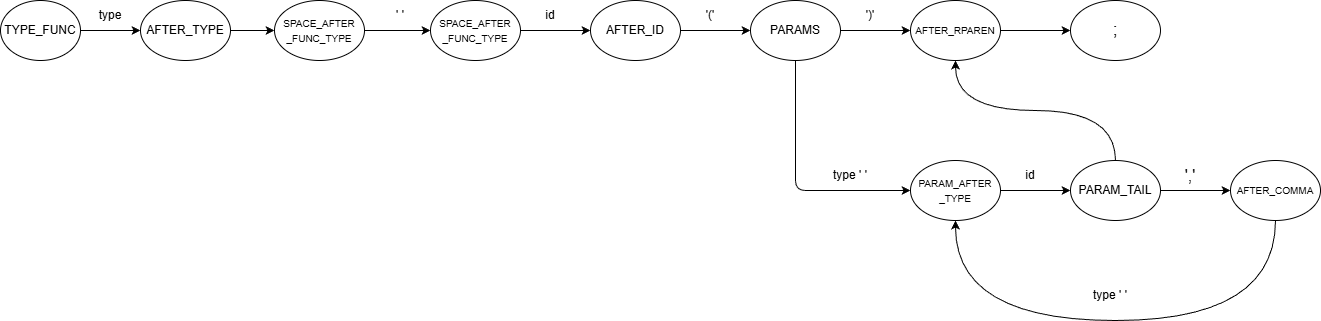
Before: resources/src_for_readme/lab3/Graf_Automatic.png, a diagram exported from draw.io (Ko4erizhkas/CompileUI). Source tidied: cells renumbered, new cells last; positions are measured from the earlier drawing's top-left corner, leaving out a move shared by most shapes. Its diagram source:
```xml
<mxGraphModel>
  <root>
    <mxCell id="0" />
    <mxCell id="1" parent="0" />
    <mxCell id="2" style="edgeStyle=orthogonalEdgeStyle;rounded=0;jettySize=auto;html=1;exitX=1;exitY=0.5;exitDx=0;exitDy=0;entryX=0;entryY=0.5;entryDx=0;entryDy=0;" parent="1" edge="1" source="3" target="5">
      <mxGeometry relative="1" as="geometry" />
    </mxCell>
    <mxCell id="3" value="TYPE_&lt;span style=&quot;background-color: transparent; color: light-dark(rgb(0, 0, 0), rgb(255, 255, 255));&quot;&gt;FUNC&lt;/span&gt;" style="ellipse;whiteSpace=wrap;html=1;" parent="1" vertex="1">
      <mxGeometry width="80" height="60" as="geometry" />
    </mxCell>
    <mxCell id="4" style="edgeStyle=orthogonalEdgeStyle;rounded=0;jettySize=auto;html=1;exitX=1;exitY=0.5;exitDx=0;exitDy=0;entryX=0;entryY=0.5;entryDx=0;entryDy=0;" parent="1" edge="1" source="5" target="8">
      <mxGeometry relative="1" as="geometry" />
    </mxCell>
    <mxCell id="5" value="AFTER_TYPE" style="ellipse;whiteSpace=wrap;html=1;" parent="1" vertex="1">
      <mxGeometry x="140" width="90" height="60" as="geometry" />
    </mxCell>
    <mxCell id="6" value="type" style="text;html=1;whiteSpace=wrap;strokeColor=none;fillColor=none;align=center;verticalAlign=middle;rounded=0;" parent="1" vertex="1">
      <mxGeometry x="80" width="60" height="30" as="geometry" />
    </mxCell>
    <mxCell id="7" style="edgeStyle=orthogonalEdgeStyle;rounded=0;jettySize=auto;html=1;exitX=1;exitY=0.5;exitDx=0;exitDy=0;entryX=0;entryY=0.5;entryDx=0;entryDy=0;" parent="1" edge="1" source="8" target="10">
      <mxGeometry relative="1" as="geometry" />
    </mxCell>
    <mxCell id="8" value="&lt;div&gt;&lt;font style=&quot;font-size: 10px;&quot;&gt;&lt;br&gt;&lt;/font&gt;&lt;/div&gt;&lt;font style=&quot;font-size: 10px;&quot;&gt;SPACE_AFTER&lt;/font&gt;&lt;div&gt;&lt;font style=&quot;font-size: 10px;&quot;&gt;_FUNC_TYPE&lt;/font&gt;&lt;div&gt;&lt;br&gt;&lt;/div&gt;&lt;/div&gt;" style="ellipse;whiteSpace=wrap;html=1;align=center;" parent="1" vertex="1">
      <mxGeometry x="274" width="90" height="60" as="geometry" />
    </mxCell>
    <mxCell id="9" style="edgeStyle=orthogonalEdgeStyle;rounded=0;jettySize=auto;html=1;exitX=1;exitY=0.5;exitDx=0;exitDy=0;entryX=0;entryY=0.5;entryDx=0;entryDy=0;" parent="1" edge="1" source="10" target="13">
      <mxGeometry relative="1" as="geometry" />
    </mxCell>
    <mxCell id="10" value="&lt;div&gt;&lt;font style=&quot;font-size: 10px;&quot;&gt;&lt;br&gt;&lt;/font&gt;&lt;/div&gt;&lt;font style=&quot;font-size: 10px;&quot;&gt;SPACE_AFTER&lt;/font&gt;&lt;div&gt;&lt;font style=&quot;font-size: 10px;&quot;&gt;_FUNC_TYPE&lt;/font&gt;&lt;div&gt;&lt;br&gt;&lt;/div&gt;&lt;/div&gt;" style="ellipse;whiteSpace=wrap;html=1;align=center;" parent="1" vertex="1">
      <mxGeometry x="430" width="90" height="60" as="geometry" />
    </mxCell>
    <mxCell id="11" value="' '" style="text;html=1;whiteSpace=wrap;strokeColor=none;fillColor=none;align=center;verticalAlign=middle;rounded=0;" parent="1" vertex="1">
      <mxGeometry x="370" width="60" height="30" as="geometry" />
    </mxCell>
    <mxCell id="12" style="edgeStyle=orthogonalEdgeStyle;rounded=0;jettySize=auto;html=1;exitX=1;exitY=0.5;exitDx=0;exitDy=0;entryX=0;entryY=0.5;entryDx=0;entryDy=0;" parent="1" edge="1" source="13" target="17">
      <mxGeometry relative="1" as="geometry" />
    </mxCell>
    <mxCell id="13" value="AFTER_ID" style="ellipse;whiteSpace=wrap;html=1;align=center;" parent="1" vertex="1">
      <mxGeometry x="590" width="90" height="60" as="geometry" />
    </mxCell>
    <mxCell id="14" value="id" style="text;html=1;whiteSpace=wrap;strokeColor=none;fillColor=none;align=center;verticalAlign=middle;rounded=0;" parent="1" vertex="1">
      <mxGeometry x="520" width="60" height="30" as="geometry" />
    </mxCell>
    <mxCell id="15" style="edgeStyle=orthogonalEdgeStyle;rounded=0;jettySize=auto;html=1;exitX=1;exitY=0.5;exitDx=0;exitDy=0;entryX=0;entryY=0.5;entryDx=0;entryDy=0;" parent="1" edge="1" source="17" target="20">
      <mxGeometry relative="1" as="geometry" />
    </mxCell>
    <mxCell id="16" style="edgeStyle=orthogonalEdgeStyle;rounded=1;jettySize=auto;html=1;exitX=0.5;exitY=1;exitDx=0;exitDy=0;entryX=0;entryY=0.5;entryDx=0;entryDy=0;curved=0;" parent="1" edge="1" source="17" target="24">
      <mxGeometry relative="1" as="geometry" />
    </mxCell>
    <mxCell id="17" value="PARAMS" style="ellipse;whiteSpace=wrap;html=1;align=center;" parent="1" vertex="1">
      <mxGeometry x="750" width="90" height="60" as="geometry" />
    </mxCell>
    <mxCell id="18" value="'('" style="text;html=1;whiteSpace=wrap;strokeColor=none;fillColor=none;align=center;verticalAlign=middle;rounded=0;" parent="1" vertex="1">
      <mxGeometry x="680" width="60" height="30" as="geometry" />
    </mxCell>
    <mxCell id="19" style="edgeStyle=orthogonalEdgeStyle;rounded=0;jettySize=auto;html=1;exitX=1;exitY=0.5;exitDx=0;exitDy=0;entryX=0;entryY=0.5;entryDx=0;entryDy=0;" parent="1" edge="1" source="20" target="22">
      <mxGeometry relative="1" as="geometry" />
    </mxCell>
    <mxCell id="20" value="&lt;font style=&quot;font-size: 10px;&quot;&gt;AFTER_RPAREN&lt;/font&gt;" style="ellipse;whiteSpace=wrap;html=1;align=center;" parent="1" vertex="1">
      <mxGeometry x="910" width="90" height="60" as="geometry" />
    </mxCell>
    <mxCell id="21" value="')'" style="text;html=1;whiteSpace=wrap;strokeColor=none;fillColor=none;align=center;verticalAlign=middle;rounded=0;" parent="1" vertex="1">
      <mxGeometry x="840" width="60" height="30" as="geometry" />
    </mxCell>
    <mxCell id="22" value="&lt;font style=&quot;font-size: 17px;&quot;&gt;;&lt;/font&gt;" style="ellipse;whiteSpace=wrap;html=1;align=center;" parent="1" vertex="1">
      <mxGeometry x="1070" width="90" height="60" as="geometry" />
    </mxCell>
    <mxCell id="23" style="edgeStyle=orthogonalEdgeStyle;rounded=0;jettySize=auto;html=1;exitX=1;exitY=0.5;exitDx=0;exitDy=0;entryX=0;entryY=0.5;entryDx=0;entryDy=0;" parent="1" edge="1" source="24" target="28">
      <mxGeometry relative="1" as="geometry" />
    </mxCell>
    <mxCell id="24" value="&lt;font style=&quot;font-size: 10px;&quot;&gt;PARAM_AFTER&lt;/font&gt;&lt;div&gt;&lt;font style=&quot;font-size: 10px;&quot;&gt;_TYPE&lt;/font&gt;&lt;/div&gt;" style="ellipse;whiteSpace=wrap;html=1;align=center;" parent="1" vertex="1">
      <mxGeometry x="910" y="160" width="90" height="60" as="geometry" />
    </mxCell>
    <mxCell id="25" value="type ' '" style="text;html=1;whiteSpace=wrap;strokeColor=none;fillColor=none;align=center;verticalAlign=middle;rounded=0;" parent="1" vertex="1">
      <mxGeometry x="820" y="160" width="60" height="30" as="geometry" />
    </mxCell>
    <mxCell id="26" style="edgeStyle=orthogonalEdgeStyle;rounded=0;jettySize=auto;html=1;exitX=1;exitY=0.5;exitDx=0;exitDy=0;" parent="1" edge="1" source="28" target="31">
      <mxGeometry relative="1" as="geometry" />
    </mxCell>
    <mxCell id="27" style="edgeStyle=orthogonalEdgeStyle;rounded=0;jettySize=auto;html=1;exitX=0.5;exitY=0;exitDx=0;exitDy=0;entryX=0.5;entryY=1;entryDx=0;entryDy=0;curved=1;" parent="1" edge="1" source="28" target="20">
      <mxGeometry relative="1" as="geometry" />
    </mxCell>
    <mxCell id="28" value="PARAM_TAIL" style="ellipse;whiteSpace=wrap;html=1;align=center;" parent="1" vertex="1">
      <mxGeometry x="1070" y="160" width="90" height="60" as="geometry" />
    </mxCell>
    <mxCell id="29" value="id" style="text;html=1;whiteSpace=wrap;strokeColor=none;fillColor=none;align=center;verticalAlign=middle;rounded=0;" parent="1" vertex="1">
      <mxGeometry x="1000" y="160" width="60" height="30" as="geometry" />
    </mxCell>
    <mxCell id="30" style="edgeStyle=orthogonalEdgeStyle;rounded=0;jettySize=auto;html=1;exitX=0.5;exitY=1;exitDx=0;exitDy=0;entryX=0.5;entryY=1;entryDx=0;entryDy=0;curved=1;" parent="1" edge="1" source="31" target="24">
      <mxGeometry relative="1" as="geometry">
        <Array as="points">
          <mxPoint x="1275" y="320" />
          <mxPoint x="955" y="320" />
        </Array>
      </mxGeometry>
    </mxCell>
    <mxCell id="31" value="&lt;font style=&quot;font-size: 10px;&quot;&gt;AFTER_COMMA&lt;/font&gt;" style="ellipse;whiteSpace=wrap;html=1;align=center;" parent="1" vertex="1">
      <mxGeometry x="1230" y="160" width="90" height="60" as="geometry" />
    </mxCell>
    <mxCell id="32" value="&lt;font style=&quot;font-size: 16px;&quot;&gt;','&lt;/font&gt;" style="text;html=1;whiteSpace=wrap;strokeColor=none;fillColor=none;align=center;verticalAlign=middle;rounded=0;" parent="1" vertex="1">
      <mxGeometry x="1160" y="160" width="60" height="30" as="geometry" />
    </mxCell>
    <mxCell id="33" value="type ' '" style="text;html=1;whiteSpace=wrap;strokeColor=none;fillColor=none;align=center;verticalAlign=middle;rounded=0;" parent="1" vertex="1">
      <mxGeometry x="1080" y="280" width="60" height="30" as="geometry" />
    </mxCell>
  </root>
</mxGraphModel>
```
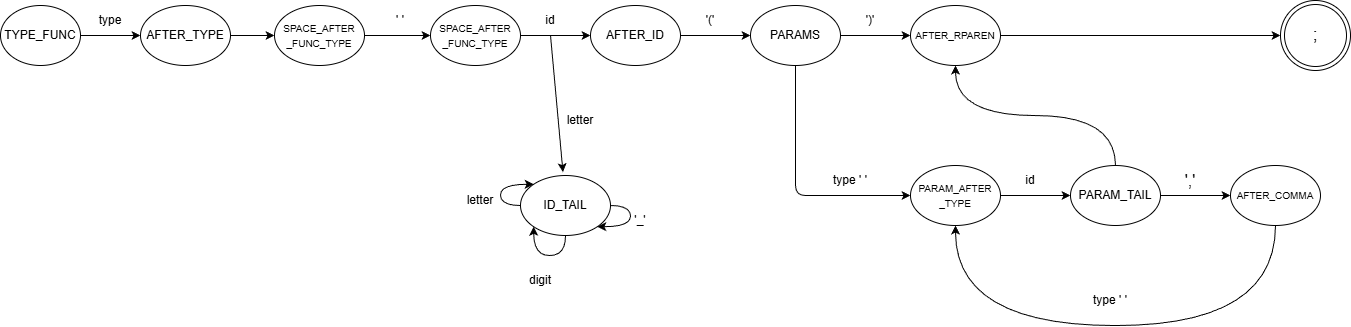
Later version of the same file.

Diff of the diagram source:
```diff
@@ -62,9 +62,6 @@
     <mxCell id="21" value="')'" style="text;html=1;whiteSpace=wrap;strokeColor=none;fillColor=none;align=center;verticalAlign=middle;rounded=0;" parent="1" vertex="1">
       <mxGeometry x="840" width="60" height="30" as="geometry" />
     </mxCell>
-    <mxCell id="22" value="&lt;font style=&quot;font-size: 17px;&quot;&gt;;&lt;/font&gt;" style="ellipse;whiteSpace=wrap;html=1;align=center;" parent="1" vertex="1">
-      <mxGeometry x="1070" width="90" height="60" as="geometry" />
-    </mxCell>
     <mxCell id="23" style="edgeStyle=orthogonalEdgeStyle;rounded=0;jettySize=auto;html=1;exitX=1;exitY=0.5;exitDx=0;exitDy=0;entryX=0;entryY=0.5;entryDx=0;entryDy=0;" parent="1" edge="1" source="24" target="28">
       <mxGeometry relative="1" as="geometry" />
     </mxCell>
@@ -103,5 +100,50 @@
     <mxCell id="33" value="type ' '" style="text;html=1;whiteSpace=wrap;strokeColor=none;fillColor=none;align=center;verticalAlign=middle;rounded=0;" parent="1" vertex="1">
       <mxGeometry x="1080" y="280" width="60" height="30" as="geometry" />
     </mxCell>
+    <mxCell id="22" value="&lt;font style=&quot;font-size: 17px;&quot;&gt;;&lt;/font&gt;" style="ellipse;shape=doubleEllipse;whiteSpace=wrap;html=1;" parent="1" vertex="1">
+      <mxGeometry x="1280" y="-5" width="70" height="70" as="geometry" />
+    </mxCell>
+    <mxCell id="34" value="&lt;div&gt;ID_TAIL&lt;/div&gt;" style="ellipse;whiteSpace=wrap;html=1;align=center;" parent="1" vertex="1">
+      <mxGeometry x="520" y="170" width="90" height="60" as="geometry" />
+    </mxCell>
+    <mxCell id="35" style="endArrow=classic;html=1;rounded=0;exitX=0.5;exitY=1;exitDx=0;exitDy=0;entryX=0.472;entryY=-0.056;entryDx=0;entryDy=0;entryPerimeter=0;" parent="1" edge="1" source="14" target="34">
+      <mxGeometry relative="1" as="geometry" />
+    </mxCell>
+    <mxCell id="36" value="letter" style="text;html=1;whiteSpace=wrap;strokeColor=none;fillColor=none;align=center;verticalAlign=middle;rounded=0;" parent="1" vertex="1">
+      <mxGeometry x="550" y="100" width="60" height="30" as="geometry" />
+    </mxCell>
+    <mxCell id="37" style="edgeStyle=orthogonalEdgeStyle;rounded=0;orthogonalLoop=1;jettySize=auto;html=1;exitX=1;exitY=0.5;exitDx=0;exitDy=0;entryX=1;entryY=1;entryDx=0;entryDy=0;curved=1;" parent="1" edge="1" source="34" target="34">
+      <mxGeometry relative="1" as="geometry">
+        <Array as="points">
+          <mxPoint x="630" y="200" />
+          <mxPoint x="630" y="221" />
+        </Array>
+      </mxGeometry>
+    </mxCell>
+    <mxCell id="38" style="edgeStyle=orthogonalEdgeStyle;rounded=0;orthogonalLoop=1;jettySize=auto;html=1;exitX=0.5;exitY=1;exitDx=0;exitDy=0;entryX=0;entryY=1;entryDx=0;entryDy=0;curved=1;" parent="1" edge="1" source="34" target="34">
+      <mxGeometry relative="1" as="geometry">
+        <Array as="points">
+          <mxPoint x="565" y="250" />
+          <mxPoint x="533" y="250" />
+        </Array>
+      </mxGeometry>
+    </mxCell>
+    <mxCell id="39" style="edgeStyle=orthogonalEdgeStyle;rounded=0;orthogonalLoop=1;jettySize=auto;html=1;exitX=0;exitY=0.5;exitDx=0;exitDy=0;entryX=0;entryY=0;entryDx=0;entryDy=0;curved=1;" parent="1" edge="1" source="34" target="34">
+      <mxGeometry relative="1" as="geometry">
+        <Array as="points">
+          <mxPoint x="500" y="200" />
+          <mxPoint x="500" y="179" />
+        </Array>
+      </mxGeometry>
+    </mxCell>
+    <mxCell id="40" value="letter" style="text;html=1;whiteSpace=wrap;strokeColor=none;fillColor=none;align=center;verticalAlign=middle;rounded=0;" parent="1" vertex="1">
+      <mxGeometry x="450" y="180" width="60" height="30" as="geometry" />
+    </mxCell>
+    <mxCell id="41" value="digit" style="text;html=1;whiteSpace=wrap;strokeColor=none;fillColor=none;align=center;verticalAlign=middle;rounded=0;" parent="1" vertex="1">
+      <mxGeometry x="510" y="260" width="60" height="30" as="geometry" />
+    </mxCell>
+    <mxCell id="42" value="'_'" style="text;html=1;whiteSpace=wrap;strokeColor=none;fillColor=none;align=center;verticalAlign=middle;rounded=0;" parent="1" vertex="1">
+      <mxGeometry x="610" y="200" width="60" height="30" as="geometry" />
+    </mxCell>
   </root>
 </mxGraphModel>
```
